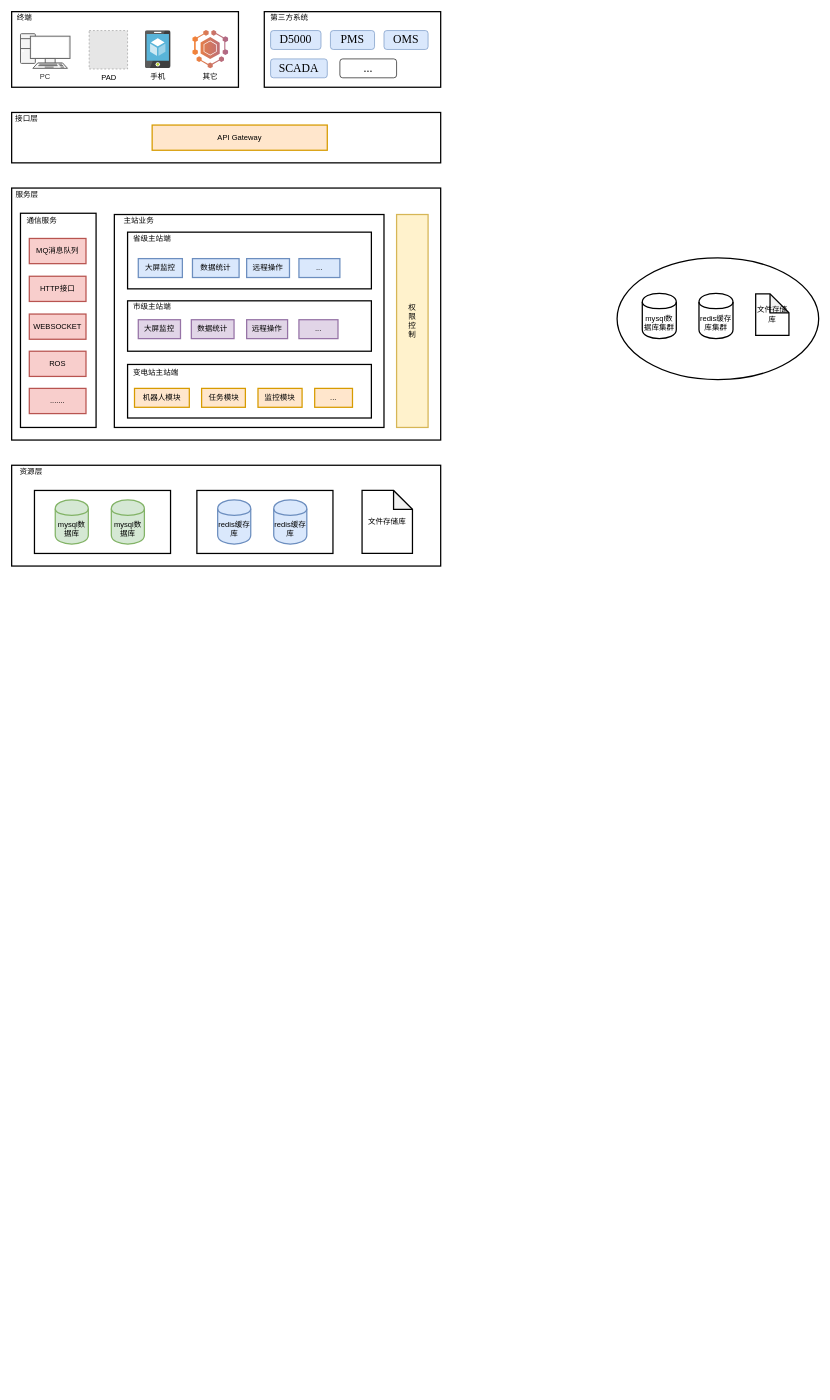
The draw.io diagram 易达智慧运维监控系统v2.0.drawio in wangyufei0807/draw, before the edit. Source tidied: cells renumbered, new cells numbered last; positions are measured from the earlier drawing's top-left corner, leaving out a move shared by most shapes. Both pictures are drawn from the tidied source at 63%, with x=0, y=0 at pixel (11, 11). Pictures stored in the file or linked from it are replaced by grey dashed boxes.
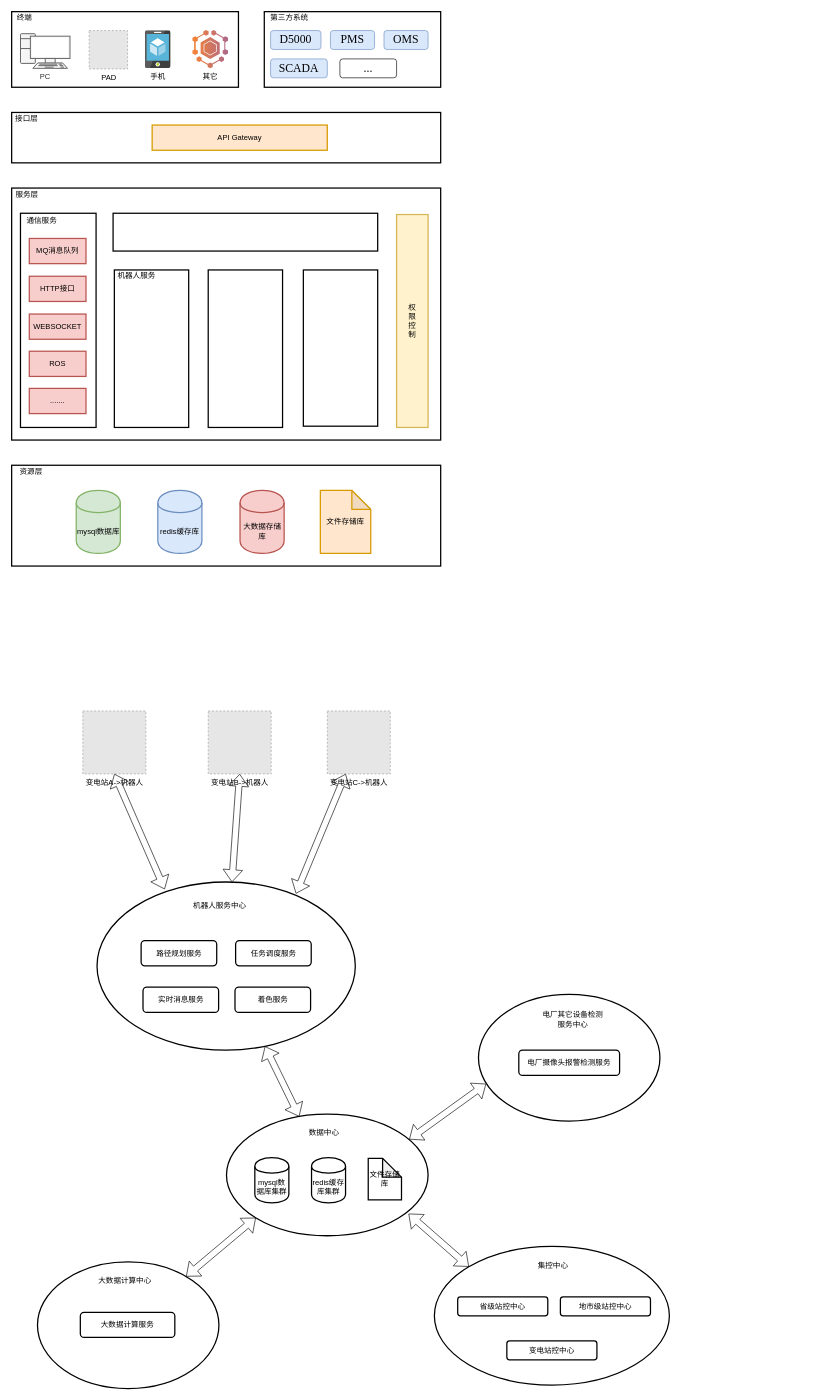
After the change.

Commit message (it also covers changes not shown here):
更新易达智慧运维监控系统v2.0.drawio

Change to the diagram source:
```diff
@@
     <mxCell id="3" style="rounded=0;whiteSpace=wrap;html=1;labelBackgroundColor=none;strokeWidth=2;fillColor=none;" parent="1" vertex="1">
-      <mxGeometry x="163" y="322" width="428" height="338" as="geometry" />
+      <mxGeometry x="163" y="410" width="118" height="250" as="geometry" />
     </mxCell>
-    <mxCell id="4" style="rounded=0;whiteSpace=wrap;html=1;labelBackgroundColor=none;strokeWidth=2;fillColor=none;" parent="1" vertex="1">
-      <mxGeometry x="184" y="350" width="387" height="90" as="geometry" />
-    </mxCell>
@@
-    <mxCell id="30" style="rounded=0;whiteSpace=wrap;html=1;labelBackgroundColor=none;strokeWidth=2;fillColor=none;" parent="1" vertex="1">
-      <mxGeometry x="184" y="459" width="387" height="80" as="geometry" />
-    </mxCell>
-    <mxCell id="31" value="大屏监控" style="rounded=0;whiteSpace=wrap;html=1;labelBackgroundColor=none;strokeWidth=2;fillColor=#dae8fc;strokeColor=#6c8ebf;" parent="1" vertex="1">
-      <mxGeometry x="201" y="392" width="70" height="30" as="geometry" />
-    </mxCell>
-    <mxCell id="32" value="主站业务" style="text;html=1;strokeColor=none;fillColor=none;align=center;verticalAlign=middle;whiteSpace=wrap;rounded=0;labelBackgroundColor=none;" parent="1" vertex="1">
-      <mxGeometry x="163" y="322" width="78" height="20" as="geometry" />
-    </mxCell>
-    <mxCell id="33" value="数据统计" style="rounded=0;whiteSpace=wrap;html=1;labelBackgroundColor=none;strokeWidth=2;fillColor=#dae8fc;strokeColor=#6c8ebf;" parent="1" vertex="1">
-      <mxGeometry x="287" y="392" width="74" height="30" as="geometry" />
-    </mxCell>
-    <mxCell id="34" value="远程操作" style="rounded=0;whiteSpace=wrap;html=1;labelBackgroundColor=none;strokeWidth=2;fillColor=#dae8fc;strokeColor=#6c8ebf;" parent="1" vertex="1">
-      <mxGeometry x="373" y="392" width="68" height="30" as="geometry" />
-    </mxCell>
-    <mxCell id="35" value="..." style="rounded=0;whiteSpace=wrap;html=1;labelBackgroundColor=none;strokeWidth=2;fillColor=#dae8fc;strokeColor=#6c8ebf;" parent="1" vertex="1">
-      <mxGeometry x="456" y="392" width="65" height="30" as="geometry" />
-    </mxCell>
-    <mxCell id="36" value="市级主站端" style="text;html=1;strokeColor=none;fillColor=none;align=center;verticalAlign=middle;whiteSpace=wrap;rounded=0;labelBackgroundColor=none;" parent="1" vertex="1">
-      <mxGeometry x="184" y="459" width="78" height="20" as="geometry" />
-    </mxCell>
-    <mxCell id="37" value="大屏监控" style="rounded=0;whiteSpace=wrap;html=1;labelBackgroundColor=none;strokeWidth=2;fillColor=#e1d5e7;strokeColor=#9673a6;" parent="1" vertex="1">
-      <mxGeometry x="201" y="489" width="67" height="30" as="geometry" />
-    </mxCell>
-    <mxCell id="38" value="数据统计" style="rounded=0;whiteSpace=wrap;html=1;labelBackgroundColor=none;strokeWidth=2;fillColor=#e1d5e7;strokeColor=#9673a6;" parent="1" vertex="1">
-      <mxGeometry x="285.2" y="489" width="67.8" height="30" as="geometry" />
-    </mxCell>
-    <mxCell id="39" value="远程操作" style="rounded=0;whiteSpace=wrap;html=1;labelBackgroundColor=none;strokeWidth=2;fillColor=#e1d5e7;strokeColor=#9673a6;" parent="1" vertex="1">
-      <mxGeometry x="373" y="489" width="65" height="30" as="geometry" />
-    </mxCell>
-    <mxCell id="40" value="..." style="rounded=0;whiteSpace=wrap;html=1;labelBackgroundColor=none;strokeWidth=2;fillColor=#e1d5e7;strokeColor=#9673a6;" parent="1" vertex="1">
-      <mxGeometry x="456" y="489" width="62" height="30" as="geometry" />
-    </mxCell>
-    <mxCell id="41" style="rounded=0;whiteSpace=wrap;html=1;labelBackgroundColor=none;strokeWidth=2;fillColor=none;" parent="1" vertex="1">
-      <mxGeometry x="184" y="560" width="387" height="85" as="geometry" />
-    </mxCell>
-    <mxCell id="42" value="变电站主站端" style="text;html=1;strokeColor=none;fillColor=none;align=center;verticalAlign=middle;whiteSpace=wrap;rounded=0;labelBackgroundColor=none;" parent="1" vertex="1">
-      <mxGeometry x="189.5" y="564" width="78" height="20" as="geometry" />
-    </mxCell>
-    <mxCell id="43" value="机器人模块" style="rounded=0;whiteSpace=wrap;html=1;labelBackgroundColor=none;strokeWidth=2;fillColor=#ffe6cc;strokeColor=#d79b00;" parent="1" vertex="1">
-      <mxGeometry x="195" y="598" width="87" height="30" as="geometry" />
-    </mxCell>
-    <mxCell id="44" value="任务模块" style="rounded=0;whiteSpace=wrap;html=1;labelBackgroundColor=none;strokeWidth=2;fillColor=#ffe6cc;strokeColor=#d79b00;" parent="1" vertex="1">
-      <mxGeometry x="301.5" y="598" width="69.5" height="30" as="geometry" />
-    </mxCell>
-    <mxCell id="45" value="监控模块" style="rounded=0;whiteSpace=wrap;html=1;labelBackgroundColor=none;strokeWidth=2;fillColor=#ffe6cc;strokeColor=#d79b00;" parent="1" vertex="1">
-      <mxGeometry x="391" y="598" width="70" height="30" as="geometry" />
-    </mxCell>
-    <mxCell id="46" value="省级主站端" style="text;html=1;strokeColor=none;fillColor=none;align=center;verticalAlign=middle;whiteSpace=wrap;rounded=0;labelBackgroundColor=none;" parent="1" vertex="1">
-      <mxGeometry x="184" y="350" width="78" height="20" as="geometry" />
-    </mxCell>
-    <mxCell id="47" value="..." style="rounded=0;whiteSpace=wrap;html=1;labelBackgroundColor=none;strokeWidth=2;fillColor=#ffe6cc;strokeColor=#d79b00;" parent="1" vertex="1">
-      <mxGeometry x="481" y="598" width="60" height="30" as="geometry" />
-    </mxCell>
@@
-    <mxCell id="50" style="rounded=0;whiteSpace=wrap;html=1;labelBackgroundColor=none;strokeWidth=2;fillColor=none;" parent="1" vertex="1">
-      <mxGeometry x="36.2" y="760" width="216" height="100" as="geometry" />
-    </mxCell>
     <mxCell id="51" value="mysql数据库" style="shape=cylinder;whiteSpace=wrap;html=1;boundedLbl=1;backgroundOutline=1;labelBackgroundColor=none;strokeWidth=2;fillColor=#d5e8d4;strokeColor=#82b366;" parent="1" vertex="1">
-      <mxGeometry x="69.2" y="775" width="52.5" height="70" as="geometry" />
+      <mxGeometry x="102.5" y="760" width="70" height="100" as="geometry" />
     </mxCell>
-    <mxCell id="52" value="mysql数据库" style="shape=cylinder;whiteSpace=wrap;html=1;boundedLbl=1;backgroundOutline=1;labelBackgroundColor=none;strokeWidth=2;fillColor=#d5e8d4;strokeColor=#82b366;" parent="1" vertex="1">
-      <mxGeometry x="158.2" y="775" width="52.5" height="70" as="geometry" />
-    </mxCell>
-    <mxCell id="53" style="rounded=0;whiteSpace=wrap;html=1;labelBackgroundColor=none;strokeWidth=2;fillColor=none;" parent="1" vertex="1">
-      <mxGeometry x="294" y="760" width="216" height="100" as="geometry" />
-    </mxCell>
     <mxCell id="54" value="redis缓存库" style="shape=cylinder;whiteSpace=wrap;html=1;boundedLbl=1;backgroundOutline=1;labelBackgroundColor=none;strokeWidth=2;fillColor=#dae8fc;strokeColor=#6c8ebf;" parent="1" vertex="1">
-      <mxGeometry x="327" y="775" width="52.5" height="70" as="geometry" />
+      <mxGeometry x="232" y="760" width="70" height="100" as="geometry" />
     </mxCell>
-    <mxCell id="55" value="redis缓存库" style="shape=cylinder;whiteSpace=wrap;html=1;boundedLbl=1;backgroundOutline=1;labelBackgroundColor=none;strokeWidth=2;fillColor=#dae8fc;strokeColor=#6c8ebf;" parent="1" vertex="1">
-      <mxGeometry x="416" y="775" width="52.5" height="70" as="geometry" />
-    </mxCell>
-    <mxCell id="56" value="文件存储库" style="shape=note;whiteSpace=wrap;html=1;backgroundOutline=1;darkOpacity=0.05;labelBackgroundColor=none;strokeWidth=2;fillColor=none;" parent="1" vertex="1">
-      <mxGeometry x="556.2" y="760" width="80" height="100" as="geometry" />
+    <mxCell id="56" value="文件存储库" style="shape=note;whiteSpace=wrap;html=1;backgroundOutline=1;darkOpacity=0.05;labelBackgroundColor=none;strokeWidth=2;fillColor=#ffe6cc;strokeColor=#d79b00;" parent="1" vertex="1">
+      <mxGeometry x="490" y="760" width="80" height="100" as="geometry" />
     </mxCell>
     <mxCell id="57" style="ellipse;whiteSpace=wrap;html=1;labelBackgroundColor=none;strokeWidth=2;fillColor=none;" parent="1" vertex="1">
-      <mxGeometry x="961" y="391" width="320" height="193" as="geometry" />
+      <mxGeometry x="341" y="1750" width="320" height="193" as="geometry" />
     </mxCell>
     <mxCell id="58" value="mysql数据库集群" style="shape=cylinder;whiteSpace=wrap;html=1;boundedLbl=1;backgroundOutline=1;labelBackgroundColor=none;strokeWidth=2;fillColor=none;" parent="1" vertex="1">
-      <mxGeometry x="1001" y="447" width="54" height="72" as="geometry" />
+      <mxGeometry x="386" y="1819" width="54" height="72" as="geometry" />
     </mxCell>
     <mxCell id="59" value="redis缓存库集群" style="shape=cylinder;whiteSpace=wrap;html=1;boundedLbl=1;backgroundOutline=1;labelBackgroundColor=none;strokeWidth=2;fillColor=none;" parent="1" vertex="1">
-      <mxGeometry x="1091" y="447" width="54" height="72" as="geometry" />
+      <mxGeometry x="476" y="1819" width="54" height="72" as="geometry" />
     </mxCell>
     <mxCell id="60" value="文件存储库" style="shape=note;whiteSpace=wrap;html=1;backgroundOutline=1;darkOpacity=0.05;labelBackgroundColor=none;strokeWidth=2;fillColor=none;" parent="1" vertex="1">
-      <mxGeometry x="1181" y="448" width="52.8" height="66" as="geometry" />
+      <mxGeometry x="566" y="1820" width="52.8" height="66" as="geometry" />
     </mxCell>
+    <mxCell id="61" style="ellipse;whiteSpace=wrap;html=1;labelBackgroundColor=none;strokeWidth=2;fillColor=none;" parent="1" vertex="1">
+      <mxGeometry x="135.5" y="1381.5" width="410" height="267" as="geometry" />
+    </mxCell>
+    <mxCell id="62" value="大数据存储库" style="shape=cylinder;whiteSpace=wrap;html=1;boundedLbl=1;backgroundOutline=1;labelBackgroundColor=none;strokeWidth=2;fillColor=#f8cecc;strokeColor=#b85450;" parent="1" vertex="1">
+      <mxGeometry x="362.5" y="760" width="70" height="100" as="geometry" />
+    </mxCell>
+    <mxCell id="63" value="数据中心" style="text;html=1;strokeColor=none;fillColor=none;align=center;verticalAlign=middle;whiteSpace=wrap;rounded=0;labelBackgroundColor=none;" parent="1" vertex="1">
+      <mxGeometry x="471" y="1769" width="50" height="20" as="geometry" />
+    </mxCell>
+    <mxCell id="64" value="机器人服务中心" style="text;html=1;strokeColor=none;fillColor=none;align=center;verticalAlign=middle;whiteSpace=wrap;rounded=0;labelBackgroundColor=none;" parent="1" vertex="1">
+      <mxGeometry x="285.2" y="1408.5" width="91" height="20" as="geometry" />
+    </mxCell>
+    <mxCell id="65" value="路径规划服务" style="rounded=1;whiteSpace=wrap;html=1;labelBackgroundColor=none;strokeWidth=2;fillColor=none;" parent="1" vertex="1">
+      <mxGeometry x="205.5" y="1474.5" width="120" height="40" as="geometry" />
+    </mxCell>
+    <mxCell id="66" value="任务调度服务" style="rounded=1;whiteSpace=wrap;html=1;labelBackgroundColor=none;strokeWidth=2;fillColor=none;" parent="1" vertex="1">
+      <mxGeometry x="355.5" y="1474.5" width="120" height="40" as="geometry" />
+    </mxCell>
+    <mxCell id="67" value="实时消息服务" style="rounded=1;whiteSpace=wrap;html=1;labelBackgroundColor=none;strokeWidth=2;fillColor=none;" parent="1" vertex="1">
+      <mxGeometry x="208.5" y="1548.5" width="120" height="40" as="geometry" />
+    </mxCell>
+    <mxCell id="68" value="着色服务" style="rounded=1;whiteSpace=wrap;html=1;labelBackgroundColor=none;strokeWidth=2;fillColor=none;" parent="1" vertex="1">
+      <mxGeometry x="354.5" y="1548.5" width="120" height="40" as="geometry" />
+    </mxCell>
+    <mxCell id="69" value="电厂摄像头报警检测服务" style="rounded=1;whiteSpace=wrap;html=1;labelBackgroundColor=none;strokeWidth=2;fillColor=none;" parent="1" vertex="1">
+      <mxGeometry x="805" y="1648.5" width="160" height="40" as="geometry" />
+    </mxCell>
+    <mxCell id="70" style="ellipse;whiteSpace=wrap;html=1;labelBackgroundColor=none;strokeWidth=2;fillColor=none;" parent="1" vertex="1">
+      <mxGeometry x="41" y="1984.5" width="288" height="201" as="geometry" />
+    </mxCell>
+    <mxCell id="71" style="ellipse;whiteSpace=wrap;html=1;labelBackgroundColor=none;strokeWidth=2;fillColor=none;" parent="1" vertex="1">
+      <mxGeometry x="741" y="1560" width="288" height="201" as="geometry" />
+    </mxCell>
+    <mxCell id="72" value="电厂其它设备检测服务中心" style="text;html=1;strokeColor=none;fillColor=none;align=center;verticalAlign=middle;whiteSpace=wrap;rounded=0;labelBackgroundColor=none;" parent="1" vertex="1">
+      <mxGeometry x="841" y="1590" width="100" height="20" as="geometry" />
+    </mxCell>
+    <mxCell id="73" value="大数据计算中心" style="text;html=1;strokeColor=none;fillColor=none;align=center;verticalAlign=middle;whiteSpace=wrap;rounded=0;labelBackgroundColor=none;" parent="1" vertex="1">
+      <mxGeometry x="135" y="2004.5" width="90" height="20" as="geometry" />
+    </mxCell>
+    <mxCell id="74" value="大数据计算服务" style="rounded=1;whiteSpace=wrap;html=1;labelBackgroundColor=none;strokeWidth=2;fillColor=none;" parent="1" vertex="1">
+      <mxGeometry x="109" y="2064.5" width="150" height="40" as="geometry" />
+    </mxCell>
+    <mxCell id="75" style="ellipse;whiteSpace=wrap;html=1;labelBackgroundColor=none;strokeWidth=2;fillColor=none;" parent="1" vertex="1">
+      <mxGeometry x="671" y="1960" width="373" height="220" as="geometry" />
+    </mxCell>
+    <mxCell id="76" value="集控中心" style="text;html=1;strokeColor=none;fillColor=none;align=center;verticalAlign=middle;whiteSpace=wrap;rounded=0;labelBackgroundColor=none;" parent="1" vertex="1">
+      <mxGeometry x="828" y="1980" width="63" height="20" as="geometry" />
+    </mxCell>
+    <mxCell id="77" value="省级站控中心" style="rounded=1;whiteSpace=wrap;html=1;labelBackgroundColor=none;strokeWidth=2;fillColor=none;" parent="1" vertex="1">
+      <mxGeometry x="708" y="2040" width="143" height="30" as="geometry" />
+    </mxCell>
+    <mxCell id="78" value="地市级站控中心" style="rounded=1;whiteSpace=wrap;html=1;labelBackgroundColor=none;strokeWidth=2;fillColor=none;" parent="1" vertex="1">
+      <mxGeometry x="871" y="2040" width="143" height="30" as="geometry" />
+    </mxCell>
+    <mxCell id="79" value="变电站控中心" style="rounded=1;whiteSpace=wrap;html=1;labelBackgroundColor=none;strokeWidth=2;fillColor=none;" parent="1" vertex="1">
+      <mxGeometry x="786" y="2110" width="143" height="30" as="geometry" />
+    </mxCell>
+    <mxCell id="80" style="shape=flexArrow;endArrow=classic;startArrow=classic;html=1;entryX=0;entryY=1;entryDx=0;entryDy=0;" parent="1" edge="1" source="70" target="57">
+      <mxGeometry relative="1" as="geometry" />
+    </mxCell>
+    <mxCell id="81" style="shape=flexArrow;endArrow=classic;startArrow=classic;html=1;exitX=0;exitY=0;exitDx=0;exitDy=0;entryX=0.903;entryY=0.819;entryDx=0;entryDy=0;entryPerimeter=0;" parent="1" edge="1" source="75" target="57">
+      <mxGeometry relative="1" as="geometry" />
+    </mxCell>
+    <mxCell id="82" style="shape=flexArrow;endArrow=classic;startArrow=classic;html=1;" parent="1" edge="1" source="57" target="61">
+      <mxGeometry relative="1" as="geometry" />
+    </mxCell>
+    <mxCell id="83" style="shape=flexArrow;endArrow=classic;startArrow=classic;html=1;entryX=0.042;entryY=0.706;entryDx=0;entryDy=0;entryPerimeter=0;" parent="1" edge="1" target="71">
+      <mxGeometry relative="1" as="geometry">
+        <mxPoint x="631" y="1790" as="sourcePoint" />
+      </mxGeometry>
+    </mxCell>
+    <mxCell id="84" value="变电站A-&amp;gt;机器人" style="fillColor=#E6E6E6;strokeColor=#999999;dashed=1;html=1;verticalAlign=top;verticalLabelPosition=bottom;labelBackgroundColor=#ffffff;" parent="1" vertex="1">
+      <mxGeometry x="113" y="1110" width="100" height="100" as="geometry" />
+    </mxCell>
+    <mxCell id="85" value="变电站B-&amp;gt;机器人" style="fillColor=#E6E6E6;strokeColor=#999999;dashed=1;html=1;verticalAlign=top;verticalLabelPosition=bottom;labelBackgroundColor=#ffffff;" parent="1" vertex="1">
+      <mxGeometry x="312" y="1110" width="100" height="100" as="geometry" />
+    </mxCell>
+    <mxCell id="86" value="变电站C-&amp;gt;机器人" style="fillColor=#E6E6E6;strokeColor=#999999;dashed=1;html=1;verticalAlign=top;verticalLabelPosition=bottom;labelBackgroundColor=#ffffff;" parent="1" vertex="1">
+      <mxGeometry x="501" y="1110" width="100" height="100" as="geometry" />
+    </mxCell>
+    <mxCell id="87" style="shape=flexArrow;endArrow=classic;startArrow=classic;html=1;exitX=0.77;exitY=0.069;exitDx=0;exitDy=0;exitPerimeter=0;" parent="1" edge="1" source="61" target="86">
+      <mxGeometry relative="1" as="geometry" />
+    </mxCell>
+    <mxCell id="88" style="shape=flexArrow;endArrow=classic;startArrow=classic;html=1;entryX=0.5;entryY=1;entryDx=0;entryDy=0;" parent="1" edge="1" source="61" target="85">
+      <mxGeometry relative="1" as="geometry" />
+    </mxCell>
+    <mxCell id="89" style="shape=flexArrow;endArrow=classic;startArrow=classic;html=1;entryX=0.5;entryY=1;entryDx=0;entryDy=0;exitX=0.262;exitY=0.043;exitDx=0;exitDy=0;exitPerimeter=0;" parent="1" edge="1" source="61" target="84">
+      <mxGeometry relative="1" as="geometry" />
+    </mxCell>
+    <mxCell id="90" style="rounded=0;whiteSpace=wrap;html=1;labelBackgroundColor=none;strokeWidth=2;fillColor=none;" parent="1" vertex="1">
+      <mxGeometry x="312" y="410" width="118" height="250" as="geometry" />
+    </mxCell>
+    <mxCell id="91" style="rounded=0;whiteSpace=wrap;html=1;labelBackgroundColor=none;strokeWidth=2;fillColor=none;" parent="1" vertex="1">
+      <mxGeometry x="463" y="410" width="118" height="248" as="geometry" />
+    </mxCell>
+    <mxCell id="92" style="rounded=0;whiteSpace=wrap;html=1;labelBackgroundColor=none;strokeWidth=2;fillColor=none;" parent="1" vertex="1">
+      <mxGeometry x="161" y="320" width="420" height="60" as="geometry" />
+    </mxCell>
+    <mxCell id="93" value="机器人服务" style="text;html=1;strokeColor=none;fillColor=none;align=center;verticalAlign=middle;whiteSpace=wrap;rounded=0;labelBackgroundColor=none;" parent="1" vertex="1">
+      <mxGeometry x="166" y="410" width="65" height="20" as="geometry" />
+    </mxCell>
```
